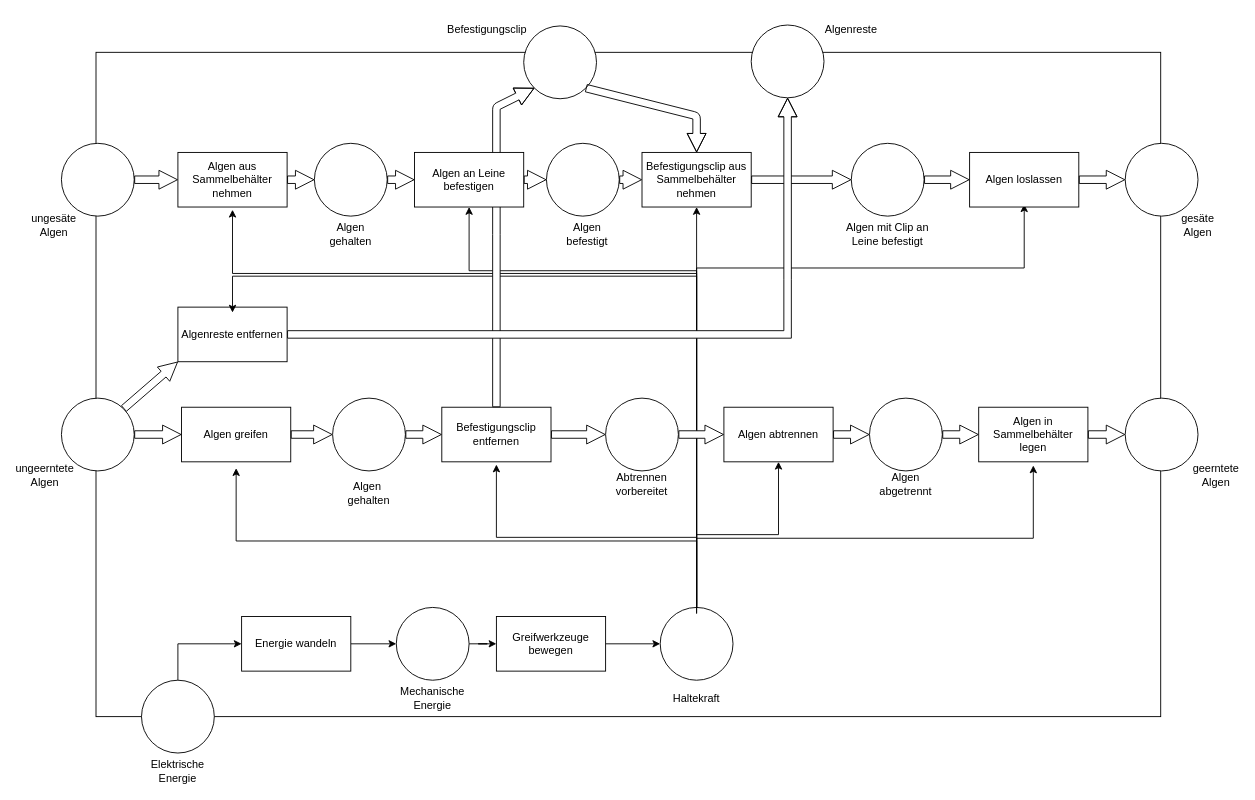
The draw.io diagram Meilenstein 2/Dokumente/Funktionsplan/Flussorientierte Funktionsstruktur.drawio in plastikpamaro/MKon, before the edit. Source tidied: cells renumbered, new cells numbered last; positions are measured from the earlier drawing's top-left corner, leaving out a move shared by most shapes. Both pictures are drawn from the tidied source at 91%, with x=0, y=0 at pixel (26, 20).
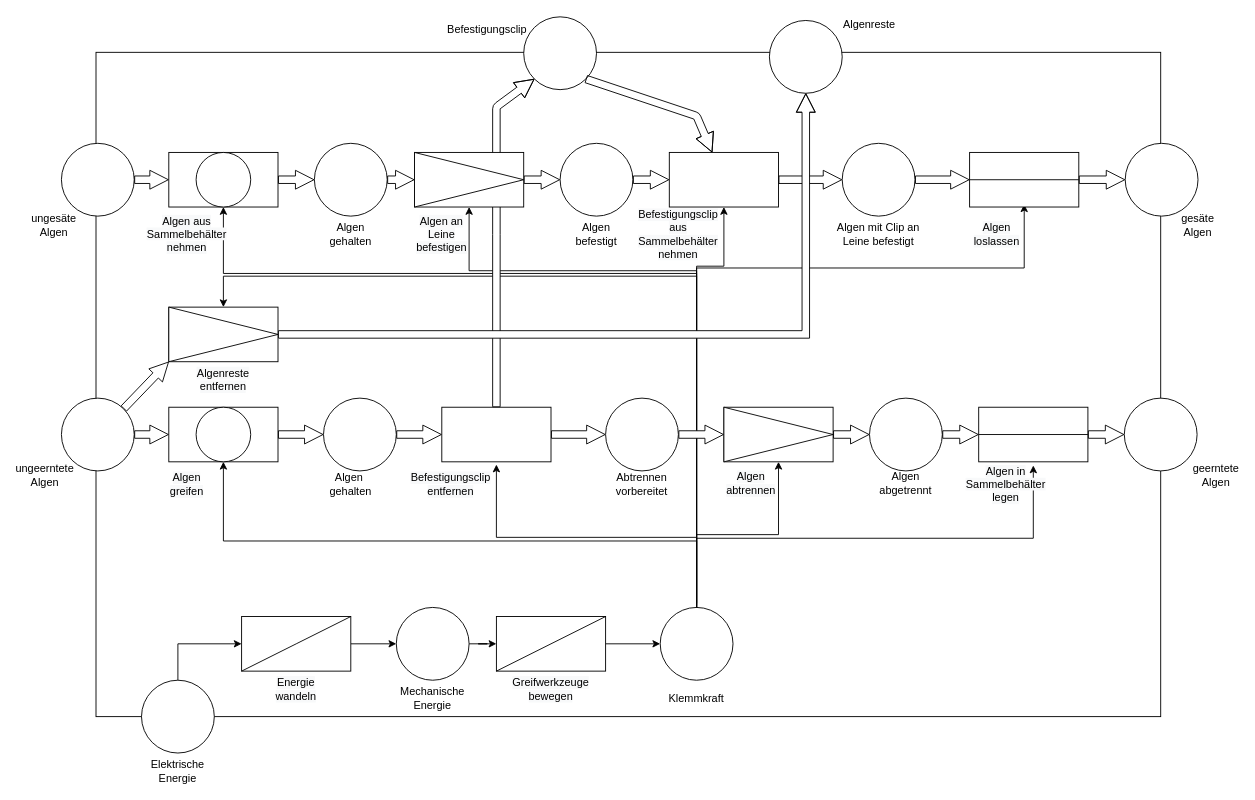
The same diagram, later.

The change refers to these unchanged cells:
```xml
<mxCell id="25" style="ellipse;whiteSpace=wrap;html=1;" parent="1" vertex="1">
  <mxGeometry x="696" y="645" width="80" height="80" as="geometry" />
</mxCell>
```

Change to the diagram source:
```diff
@@
+    <mxCell id="77" parent="0" />
+    <mxCell id="2" style="rounded=0;whiteSpace=wrap;html=1;" parent="77" vertex="1">
+      <mxGeometry x="76" y="35" width="1170" height="730" as="geometry" />
+    </mxCell>
@@
-    <mxCell id="2" style="rounded=0;whiteSpace=wrap;html=1;" parent="1" vertex="1">
-      <mxGeometry x="76" y="35" width="1170" height="730" as="geometry" />
-    </mxCell>
@@
     <mxCell id="10" style="ellipse;whiteSpace=wrap;html=1;" parent="1" vertex="1">
-      <mxGeometry x="1207" y="415" width="80" height="80" as="geometry" />
+      <mxGeometry x="1206" y="415" width="80" height="80" as="geometry" />
     </mxCell>
@@
-    <mxCell id="12" value="Energie wandeln" style="rounded=0;whiteSpace=wrap;html=1;" parent="1" vertex="1">
+    <mxCell id="12" style="rounded=0;whiteSpace=wrap;html=1;" parent="1" vertex="1">
       <mxGeometry x="236" y="655" width="120" height="60" as="geometry" />
     </mxCell>
@@
-    <mxCell id="14" value="Greifwerkzeuge bewegen" style="rounded=0;whiteSpace=wrap;html=1;" parent="1" vertex="1">
+    <mxCell id="14" style="rounded=0;whiteSpace=wrap;html=1;" parent="1" vertex="1">
       <mxGeometry x="516" y="655" width="120" height="60" as="geometry" />
     </mxCell>
@@
-    <mxCell id="22" style="edgeStyle=orthogonalEdgeStyle;rounded=0;jettySize=auto;html=1;entryX=0.5;entryY=1;entryDx=0;entryDy=0;" parent="1" edge="1" source="25" target="30">
+    <mxCell id="22" style="edgeStyle=orthogonalEdgeStyle;rounded=0;jettySize=auto;html=1;entryX=0.5;entryY=1;entryDx=0;entryDy=0;" parent="1" edge="1" target="30">
       <mxGeometry relative="1" as="geometry">
+        <mxPoint x="736" y="640" as="sourcePoint" />
         <Array as="points">
-          <mxPoint x="736" y="205" />
+          <mxPoint x="736" y="270" />
+          <mxPoint x="766" y="270" />
         </Array>
       </mxGeometry>
     </mxCell>
@@
-    <mxCell id="24" style="edgeStyle=orthogonalEdgeStyle;rounded=0;orthogonalLoop=1;jettySize=auto;html=1;entryX=0.5;entryY=1;entryDx=0;entryDy=0;" parent="1" edge="1">
+    <mxCell id="24" style="edgeStyle=orthogonalEdgeStyle;rounded=0;jettySize=auto;html=1;entryX=0.5;entryY=1;entryDx=0;entryDy=0;" parent="1" edge="1" target="29">
       <mxGeometry relative="1" as="geometry">
         <mxPoint x="736" y="648" as="sourcePoint" />
-        <mxPoint x="226" y="208" as="targetPoint" />
         <Array as="points">
           <mxPoint x="736" y="278" />
-          <mxPoint x="226" y="278" />
+          <mxPoint x="216" y="278" />
         </Array>
       </mxGeometry>
     </mxCell>
@@
-    <mxCell id="26" value="Haltekraft" style="text;html=1;strokeColor=none;fillColor=none;align=center;verticalAlign=middle;whiteSpace=wrap;rounded=0;" parent="1" vertex="1">
+    <mxCell id="26" value="Klemmkraft" style="text;html=1;strokeColor=none;fillColor=none;align=center;verticalAlign=middle;whiteSpace=wrap;rounded=0;" parent="1" vertex="1">
       <mxGeometry x="716" y="735" width="40" height="20" as="geometry" />
     </mxCell>
@@
-    <mxCell id="29" value="Algen aus Sammelbehälter nehmen" style="rounded=0;whiteSpace=wrap;html=1;" parent="1" vertex="1">
-      <mxGeometry x="166" y="145" width="120" height="60" as="geometry" />
+    <mxCell id="29" style="rounded=0;whiteSpace=wrap;html=1;" parent="1" vertex="1">
+      <mxGeometry x="156" y="145" width="120" height="60" as="geometry" />
     </mxCell>
-    <mxCell id="30" value="Befestigungsclip aus Sammelbehälter nehmen" style="rounded=0;whiteSpace=wrap;html=1;" parent="1" vertex="1">
-      <mxGeometry x="676" y="145" width="120" height="60" as="geometry" />
+    <mxCell id="30" style="rounded=0;whiteSpace=wrap;html=1;" parent="1" vertex="1">
+      <mxGeometry x="706" y="145" width="120" height="60" as="geometry" />
     </mxCell>
-    <mxCell id="31" value="Algenreste entfernen" style="rounded=0;whiteSpace=wrap;html=1;" parent="1" vertex="1">
-      <mxGeometry x="166" y="315" width="120" height="60" as="geometry" />
+    <mxCell id="31" style="rounded=0;whiteSpace=wrap;html=1;" parent="1" vertex="1">
+      <mxGeometry x="156" y="315" width="120" height="60" as="geometry" />
     </mxCell>
     <mxCell id="32" style="ellipse;whiteSpace=wrap;html=1;" parent="1" vertex="1">
-      <mxGeometry x="796" y="5" width="80" height="80" as="geometry" />
+      <mxGeometry x="816" width="80" height="80" as="geometry" />
     </mxCell>
     <mxCell id="33" value="Algenreste" style="text;html=1;strokeColor=none;fillColor=none;align=center;verticalAlign=middle;whiteSpace=wrap;rounded=0;" parent="1" vertex="1">
-      <mxGeometry x="886" width="40" height="20" as="geometry" />
+      <mxGeometry x="906" y="-5" width="40" height="20" as="geometry" />
     </mxCell>
     <mxCell id="34" style="ellipse;whiteSpace=wrap;html=1;" parent="1" vertex="1">
-      <mxGeometry x="546" y="6" width="80" height="80" as="geometry" />
+      <mxGeometry x="546" y="-4" width="80" height="80" as="geometry" />
     </mxCell>
@@
-    <mxCell id="36" value="Algen in Sammelbehälter legen" style="rounded=0;whiteSpace=wrap;html=1;" parent="1" vertex="1">
+    <mxCell id="36" style="rounded=0;whiteSpace=wrap;html=1;" parent="1" vertex="1">
       <mxGeometry x="1046" y="425" width="120" height="60" as="geometry" />
     </mxCell>
-    <mxCell id="37" value="Algen abtrennen" style="rounded=0;whiteSpace=wrap;html=1;" parent="1" vertex="1">
+    <mxCell id="37" style="rounded=0;whiteSpace=wrap;html=1;" parent="1" vertex="1">
       <mxGeometry x="766" y="425" width="120" height="60" as="geometry" />
     </mxCell>
@@
     <mxCell id="41" style="ellipse;whiteSpace=wrap;html=1;" parent="1" vertex="1">
-      <mxGeometry x="571" y="135" width="80" height="80" as="geometry" />
+      <mxGeometry x="586" y="135" width="80" height="80" as="geometry" />
     </mxCell>
-    <mxCell id="42" value="Algen loslassen" style="rounded=0;whiteSpace=wrap;html=1;" parent="1" vertex="1">
+    <mxCell id="42" style="rounded=0;whiteSpace=wrap;html=1;" parent="1" vertex="1">
       <mxGeometry x="1036" y="145" width="120" height="60" as="geometry" />
     </mxCell>
     <mxCell id="43" style="ellipse;whiteSpace=wrap;html=1;" parent="1" vertex="1">
-      <mxGeometry x="906" y="135" width="80" height="80" as="geometry" />
+      <mxGeometry x="896" y="135" width="80" height="80" as="geometry" />
     </mxCell>
@@
-    <mxCell id="45" value="Algen greifen" style="rounded=0;whiteSpace=wrap;html=1;" parent="1" vertex="1">
-      <mxGeometry x="170" y="425" width="120" height="60" as="geometry" />
+    <mxCell id="45" style="rounded=0;whiteSpace=wrap;html=1;" parent="1" vertex="1">
+      <mxGeometry x="156" y="425" width="120" height="60" as="geometry" />
     </mxCell>
     <mxCell id="46" style="ellipse;whiteSpace=wrap;html=1;" parent="1" vertex="1">
-      <mxGeometry x="336" y="415" width="80" height="80" as="geometry" />
+      <mxGeometry x="326" y="415" width="80" height="80" as="geometry" />
     </mxCell>
     <mxCell id="47" value="Algen&amp;nbsp; gehalten" style="text;html=1;strokeColor=none;fillColor=none;align=center;verticalAlign=middle;whiteSpace=wrap;rounded=0;" parent="1" vertex="1">
-      <mxGeometry x="356" y="510" width="40" height="20" as="geometry" />
+      <mxGeometry x="336" y="500" width="40" height="20" as="geometry" />
     </mxCell>
-    <mxCell id="48" value="Befestigungsclip entfernen" style="rounded=0;whiteSpace=wrap;html=1;" parent="1" vertex="1">
+    <mxCell id="48" style="rounded=0;whiteSpace=wrap;html=1;" parent="1" vertex="1">
       <mxGeometry x="456" y="425" width="120" height="60" as="geometry" />
     </mxCell>
@@
     <mxCell id="67" value="Algen abgetrennt" style="text;html=1;strokeColor=none;fillColor=none;align=center;verticalAlign=middle;whiteSpace=wrap;rounded=0;" parent="1" vertex="1">
-      <mxGeometry x="946" y="500" width="40" height="20" as="geometry" />
+      <mxGeometry x="946" y="499" width="40" height="20" as="geometry" />
     </mxCell>
     <mxCell id="68" value="Algen mit Clip an Leine befestigt" style="text;html=1;strokeColor=none;fillColor=none;align=center;verticalAlign=middle;whiteSpace=wrap;rounded=0;" parent="1" vertex="1">
-      <mxGeometry x="896" y="225" width="100" height="20" as="geometry" />
+      <mxGeometry x="886" y="225" width="100" height="20" as="geometry" />
     </mxCell>
     <mxCell id="69" value="Algen befestigt" style="text;html=1;strokeColor=none;fillColor=none;align=center;verticalAlign=middle;whiteSpace=wrap;rounded=0;" parent="1" vertex="1">
-      <mxGeometry x="596" y="225" width="40" height="20" as="geometry" />
+      <mxGeometry x="606" y="225" width="40" height="20" as="geometry" />
     </mxCell>
@@
-    <mxCell id="71" style="endArrow=classic;html=1;entryX=0.5;entryY=1;entryDx=0;entryDy=0;rounded=0;" parent="1" edge="1">
+    <mxCell id="71" style="endArrow=classic;html=1;entryX=0.5;entryY=1;entryDx=0;entryDy=0;rounded=0;" parent="1" edge="1" source="25" target="45">
       <mxGeometry relative="1" as="geometry">
-        <mxPoint x="736" y="652" as="sourcePoint" />
-        <mxPoint x="230" y="492" as="targetPoint" />
         <Array as="points">
           <mxPoint x="736" y="572" />
-          <mxPoint x="230" y="572" />
+          <mxPoint x="216" y="572" />
         </Array>
       </mxGeometry>
     </mxCell>
-    <mxCell id="72" style="endArrow=classic;html=1;entryX=0.5;entryY=0;entryDx=0;entryDy=0;rounded=0;" parent="1" edge="1">
+    <mxCell id="72" style="endArrow=classic;html=1;rounded=0;" parent="1" edge="1" target="31">
       <mxGeometry relative="1" as="geometry">
-        <mxPoint x="736" y="651" as="sourcePoint" />
-        <mxPoint x="226" y="321" as="targetPoint" />
+        <mxPoint x="736" y="645" as="sourcePoint" />
         <Array as="points">
           <mxPoint x="736" y="281" />
-          <mxPoint x="226" y="281" />
+          <mxPoint x="216" y="281" />
         </Array>
       </mxGeometry>
     </mxCell>
@@
-    <mxCell id="74" value="Algen an Leine befestigen" style="rounded=0;whiteSpace=wrap;html=1;" parent="1" vertex="1">
+    <mxCell id="74" style="rounded=0;whiteSpace=wrap;html=1;" parent="1" vertex="1">
       <mxGeometry x="426" y="145" width="120" height="60" as="geometry" />
     </mxCell>
@@
     <mxCell id="76" style="shape=flexArrow;endArrow=classic;html=1;endWidth=11.4878892733564;endSize=6.447058823529413;width=8.23529411764706;exitX=1;exitY=0.5;exitDx=0;exitDy=0;entryX=0.5;entryY=1;entryDx=0;entryDy=0;rounded=0;fillColor=#ffffff;" parent="1" edge="1" source="31" target="32">
       <mxGeometry relative="1" as="geometry">
         <Array as="points">
-          <mxPoint x="836" y="345" />
-          <mxPoint x="836" y="285" />
+          <mxPoint x="856" y="345" />
         </Array>
       </mxGeometry>
     </mxCell>
+    <mxCell id="78" value="&#10;&#10;&lt;span style=&quot;color: rgb(0, 0, 0); font-family: helvetica; font-size: 12px; font-style: normal; font-weight: 400; letter-spacing: normal; text-align: center; text-indent: 0px; text-transform: none; word-spacing: 0px; background-color: rgb(248, 249, 250); display: inline; float: none;&quot;&gt;Energie wandeln&lt;/span&gt;&#10;&#10;" style="text;html=1;strokeColor=none;fillColor=none;align=center;verticalAlign=middle;whiteSpace=wrap;rounded=0;" parent="1" vertex="1">
+      <mxGeometry x="256" y="725" width="80" height="20" as="geometry" />
+    </mxCell>
+    <mxCell id="79" style="endArrow=none;html=1;fillColor=#ffffff;exitX=0;exitY=1;exitDx=0;exitDy=0;entryX=1;entryY=0;entryDx=0;entryDy=0;rounded=0;" parent="1" edge="1">
+      <mxGeometry x="500" y="730" as="geometry">
+        <mxPoint x="516" y="715" as="sourcePoint" />
+        <mxPoint x="636" y="655" as="targetPoint" />
+        <Array as="points">
+          <mxPoint x="576" y="685" />
+        </Array>
+      </mxGeometry>
+    </mxCell>
+    <mxCell id="80" style="endArrow=none;html=1;fillColor=#ffffff;exitX=0;exitY=1;exitDx=0;exitDy=0;entryX=1;entryY=0;entryDx=0;entryDy=0;rounded=0;" parent="1" edge="1">
+      <mxGeometry x="220" y="730" as="geometry">
+        <mxPoint x="236" y="715" as="sourcePoint" />
+        <mxPoint x="356" y="655" as="targetPoint" />
+        <Array as="points">
+          <mxPoint x="296" y="685" />
+        </Array>
+      </mxGeometry>
+    </mxCell>
+    <mxCell id="81" value="&#10;&#10;&lt;span style=&quot;color: rgb(0, 0, 0); font-family: helvetica; font-size: 12px; font-style: normal; font-weight: 400; letter-spacing: normal; text-align: center; text-indent: 0px; text-transform: none; word-spacing: 0px; background-color: rgb(248, 249, 250); display: inline; float: none;&quot;&gt;Greifwerkzeuge bewegen&lt;/span&gt;&#10;&#10;" style="text;html=1;strokeColor=none;fillColor=none;align=center;verticalAlign=middle;whiteSpace=wrap;rounded=0;" parent="1" vertex="1">
+      <mxGeometry x="556" y="725" width="40" height="20" as="geometry" />
+    </mxCell>
+    <mxCell id="82" value="&#10;&#10;&lt;span style=&quot;color: rgb(0, 0, 0); font-family: helvetica; font-size: 12px; font-style: normal; font-weight: 400; letter-spacing: normal; text-align: center; text-indent: 0px; text-transform: none; word-spacing: 0px; background-color: rgb(248, 249, 250); display: inline; float: none;&quot;&gt;Algen greifen&lt;/span&gt;&#10;&#10;" style="text;html=1;strokeColor=none;fillColor=none;align=center;verticalAlign=middle;whiteSpace=wrap;rounded=0;" parent="1" vertex="1">
+      <mxGeometry x="156" y="500" width="40" height="20" as="geometry" />
+    </mxCell>
+    <mxCell id="83" style="ellipse;whiteSpace=wrap;html=1;" parent="1" vertex="1">
+      <mxGeometry x="186" y="425" width="60" height="60" as="geometry" />
+    </mxCell>
+    <mxCell id="84" value="&#10;&#10;&lt;span style=&quot;color: rgb(0, 0, 0); font-family: helvetica; font-size: 12px; font-style: normal; font-weight: 400; letter-spacing: normal; text-align: center; text-indent: 0px; text-transform: none; word-spacing: 0px; background-color: rgb(248, 249, 250); display: inline; float: none;&quot;&gt;Befestigungsclip entfernen&lt;/span&gt;&#10;&#10;" style="text;html=1;strokeColor=none;fillColor=none;align=center;verticalAlign=middle;whiteSpace=wrap;rounded=0;" parent="1" vertex="1">
+      <mxGeometry x="446" y="500" width="40" height="20" as="geometry" />
+    </mxCell>
+    <mxCell id="85" style="ellipse;whiteSpace=wrap;html=1;" parent="1" vertex="1">
+      <mxGeometry x="186" y="145" width="60" height="60" as="geometry" />
+    </mxCell>
+    <mxCell id="86" value="&#10;&#10;&lt;span style=&quot;color: rgb(0, 0, 0); font-family: helvetica; font-size: 12px; font-style: normal; font-weight: 400; letter-spacing: normal; text-align: center; text-indent: 0px; text-transform: none; word-spacing: 0px; background-color: rgb(248, 249, 250); display: inline; float: none;&quot;&gt;Algen abtrennen&lt;/span&gt;&#10;&#10;" style="text;html=1;strokeColor=none;fillColor=none;align=center;verticalAlign=middle;whiteSpace=wrap;rounded=0;" parent="1" vertex="1">
+      <mxGeometry x="776" y="499" width="40" height="20" as="geometry" />
+    </mxCell>
+    <mxCell id="87" style="triangle;whiteSpace=wrap;html=1;" parent="1" vertex="1">
+      <mxGeometry x="766" y="425" width="120" height="60" as="geometry" />
+    </mxCell>
+    <mxCell id="88" value="&#10;&#10;&lt;span style=&quot;color: rgb(0, 0, 0); font-family: helvetica; font-size: 12px; font-style: normal; font-weight: 400; letter-spacing: normal; text-align: center; text-indent: 0px; text-transform: none; word-spacing: 0px; background-color: rgb(248, 249, 250); display: inline; float: none;&quot;&gt;Algen in Sammelbehälter legen&lt;/span&gt;&#10;&#10;" style="text;html=1;strokeColor=none;fillColor=none;align=center;verticalAlign=middle;whiteSpace=wrap;rounded=0;" parent="1" vertex="1">
+      <mxGeometry x="1056" y="500" width="40" height="20" as="geometry" />
+    </mxCell>
+    <mxCell id="89" style="endArrow=none;html=1;fillColor=#ffffff;entryX=0;entryY=0.5;entryDx=0;entryDy=0;" parent="1" edge="1" target="36">
+      <mxGeometry relative="1" as="geometry">
+        <mxPoint x="1166" y="455" as="sourcePoint" />
+      </mxGeometry>
+    </mxCell>
+    <mxCell id="90" value="&#10;&#10;&lt;span style=&quot;color: rgb(0, 0, 0); font-family: helvetica; font-size: 12px; font-style: normal; font-weight: 400; letter-spacing: normal; text-align: center; text-indent: 0px; text-transform: none; word-spacing: 0px; background-color: rgb(248, 249, 250); display: inline; float: none;&quot;&gt;Algenreste entfernen&lt;/span&gt;&#10;&#10;" style="text;html=1;strokeColor=none;fillColor=none;align=center;verticalAlign=middle;whiteSpace=wrap;rounded=0;" parent="1" vertex="1">
+      <mxGeometry x="196" y="385" width="40" height="20" as="geometry" />
+    </mxCell>
+    <mxCell id="91" style="triangle;whiteSpace=wrap;html=1;" parent="1" vertex="1">
+      <mxGeometry x="156" y="315" width="120" height="60" as="geometry" />
+    </mxCell>
+    <mxCell id="92" value="&#10;&#10;&lt;span style=&quot;color: rgb(0, 0, 0); font-family: helvetica; font-size: 12px; font-style: normal; font-weight: 400; letter-spacing: normal; text-align: center; text-indent: 0px; text-transform: none; word-spacing: 0px; background-color: rgb(248, 249, 250); display: inline; float: none;&quot;&gt;Algen aus Sammelbehälter nehmen&lt;/span&gt;&#10;&#10;" style="text;html=1;strokeColor=none;fillColor=none;align=center;verticalAlign=middle;whiteSpace=wrap;rounded=0;" parent="1" vertex="1">
+      <mxGeometry x="156" y="225" width="40" height="20" as="geometry" />
+    </mxCell>
+    <mxCell id="93" value="&#10;&#10;&lt;span style=&quot;color: rgb(0, 0, 0); font-family: helvetica; font-size: 12px; font-style: normal; font-weight: 400; letter-spacing: normal; text-align: center; text-indent: 0px; text-transform: none; word-spacing: 0px; background-color: rgb(248, 249, 250); display: inline; float: none;&quot;&gt;Algen an Leine befestigen&lt;/span&gt;&#10;&#10;" style="text;html=1;strokeColor=none;fillColor=none;align=center;verticalAlign=middle;whiteSpace=wrap;rounded=0;" parent="1" vertex="1">
+      <mxGeometry x="436" y="225" width="40" height="20" as="geometry" />
+    </mxCell>
+    <mxCell id="94" style="triangle;whiteSpace=wrap;html=1;" parent="1" vertex="1">
+      <mxGeometry x="426" y="145" width="120" height="60" as="geometry" />
+    </mxCell>
+    <mxCell id="95" value="&#10;&#10;&lt;span style=&quot;color: rgb(0, 0, 0); font-family: helvetica; font-size: 12px; font-style: normal; font-weight: 400; letter-spacing: normal; text-align: center; text-indent: 0px; text-transform: none; word-spacing: 0px; background-color: rgb(248, 249, 250); display: inline; float: none;&quot;&gt;Befestigungsclip aus Sammelbehälter nehmen&lt;/span&gt;&#10;&#10;" style="text;html=1;strokeColor=none;fillColor=none;align=center;verticalAlign=middle;whiteSpace=wrap;rounded=0;" parent="1" vertex="1">
+      <mxGeometry x="696" y="225" width="40" height="20" as="geometry" />
+    </mxCell>
+    <mxCell id="96" value="&#10;&#10;&lt;span style=&quot;color: rgb(0, 0, 0); font-family: helvetica; font-size: 12px; font-style: normal; font-weight: 400; letter-spacing: normal; text-align: center; text-indent: 0px; text-transform: none; word-spacing: 0px; background-color: rgb(248, 249, 250); display: inline; float: none;&quot;&gt;Algen loslassen&lt;/span&gt;&#10;&#10;" style="text;html=1;strokeColor=none;fillColor=none;align=center;verticalAlign=middle;whiteSpace=wrap;rounded=0;" parent="1" vertex="1">
+      <mxGeometry x="1046" y="225" width="40" height="20" as="geometry" />
+    </mxCell>
+    <mxCell id="97" style="endArrow=none;html=1;fillColor=#ffffff;entryX=0;entryY=0.5;entryDx=0;entryDy=0;" parent="1" edge="1" target="42">
+      <mxGeometry relative="1" as="geometry">
+        <mxPoint x="1156" y="175" as="sourcePoint" />
+      </mxGeometry>
+    </mxCell>
```
